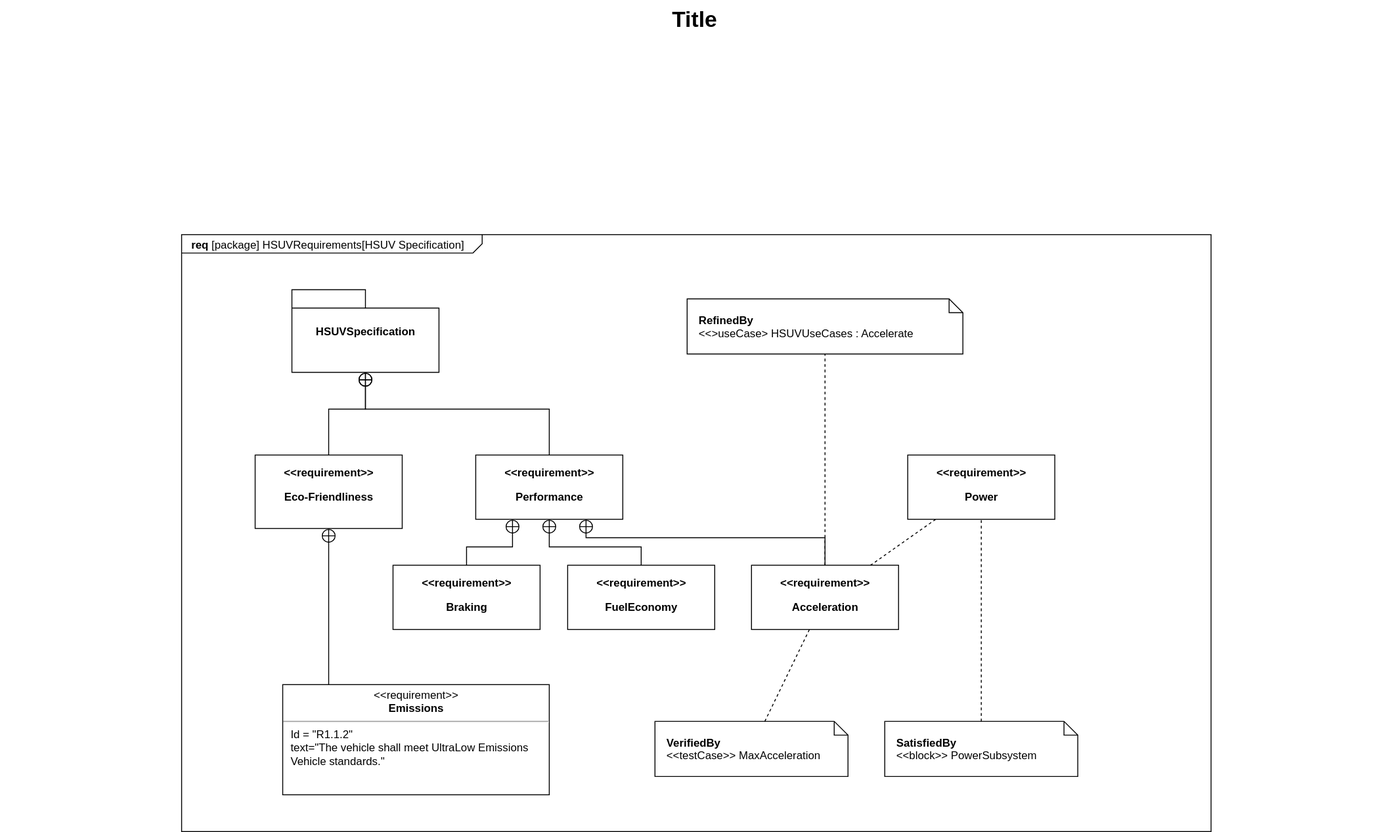
Above: images/RotatingMachine.svg in ajpina/uffema (draw.io), before the change. Source tidied: cells renumbered, new cells last; positions are measured from the earlier drawing's top-left corner, leaving out a move shared by most shapes. Source of this version:
```xml
<mxGraphModel>
  <root>
    <mxCell id="0" style="html=1;" />
    <mxCell id="1" style="html=1;" parent="0" />
    <mxCell id="2" value="&lt;p style=&quot;margin: 0px ; margin-top: 4px ; margin-left: 10px ; text-align: left&quot;&gt;&lt;b&gt;req&lt;/b&gt;&amp;nbsp;[package] HSUVRequirements[HSUV Specification]&lt;/p&gt;" style="html=1;strokeWidth=1;shape=mxgraph.sysml.package;html=1;overflow=fill;whiteSpace=wrap;fillColor=none;gradientColor=none;fontSize=12;align=center;labelX=327.64;" parent="1" vertex="1">
      <mxGeometry x="197" y="255" width="1120" height="650" as="geometry" />
    </mxCell>
    <mxCell id="3" value="HSUVSpecification" style="shape=folder;tabWidth=80;tabHeight=20;tabPosition=left;strokeWidth=1;html=1;whiteSpace=wrap;align=center;fillColor=#ffffff;fontSize=12;strokeColor=#000000;fontStyle=1;" parent="1" vertex="1">
      <mxGeometry x="317" y="315" width="160" height="90" as="geometry" />
    </mxCell>
    <mxCell id="4" value="&lt;b&gt;RefinedBy&lt;/b&gt;&lt;div&gt;&amp;lt;&amp;lt;&amp;gt;useCase&amp;gt; HSUVUseCases : Accelerate&lt;/div&gt;" style="shape=note;size=15;align=left;spacingLeft=10;html=1;whiteSpace=wrap;strokeColor=#000000;strokeWidth=1;fillColor=#ffffff;fontSize=12;" parent="1" vertex="1">
      <mxGeometry x="747" y="325" width="300" height="60" as="geometry" />
    </mxCell>
    <mxCell id="5" style="edgeStyle=orthogonalEdgeStyle;rounded=0;html=1;jettySize=auto;endArrow=circlePlus;endFill=0;" parent="1" edge="1" source="6" target="3">
      <mxGeometry relative="1" as="geometry">
        <Array as="points">
          <mxPoint x="357" y="445" />
          <mxPoint x="397" y="445" />
        </Array>
      </mxGeometry>
    </mxCell>
    <mxCell id="6" value="&lt;p&gt;&amp;lt;&amp;lt;requirement&amp;gt;&amp;gt;&lt;/p&gt;&lt;p&gt;Eco-Friendliness&lt;/p&gt;" style="shape=rect;html=1;overflow=fill;whiteSpace=wrap;align=center;fontStyle=1;" parent="1" vertex="1">
      <mxGeometry x="277" y="495" width="160" height="80" as="geometry" />
    </mxCell>
    <mxCell id="7" style="edgeStyle=orthogonalEdgeStyle;rounded=0;html=1;endArrow=circlePlus;endFill=0;jettySize=auto;" parent="1" edge="1" source="8" target="3">
      <mxGeometry relative="1" as="geometry">
        <Array as="points">
          <mxPoint x="597" y="445" />
          <mxPoint x="397" y="445" />
        </Array>
      </mxGeometry>
    </mxCell>
    <mxCell id="8" value="&lt;p&gt;&amp;lt;&amp;lt;requirement&amp;gt;&amp;gt;&lt;/p&gt;&lt;p&gt;Performance&lt;/p&gt;" style="shape=rect;html=1;overflow=fill;whiteSpace=wrap;align=center;fontStyle=1;" parent="1" vertex="1">
      <mxGeometry x="517" y="495" width="160" height="70" as="geometry" />
    </mxCell>
    <mxCell id="9" style="edgeStyle=none;rounded=0;html=1;dashed=1;endArrow=none;endFill=0;jettySize=auto;" parent="1" edge="1" source="10" target="17">
      <mxGeometry relative="1" as="geometry" />
    </mxCell>
    <mxCell id="10" value="&lt;p&gt;&amp;lt;&amp;lt;requirement&amp;gt;&amp;gt;&lt;/p&gt;&lt;p&gt;Power&lt;/p&gt;" style="shape=rect;html=1;overflow=fill;whiteSpace=wrap;align=center;fontStyle=1;" parent="1" vertex="1">
      <mxGeometry x="987" y="495" width="160" height="70" as="geometry" />
    </mxCell>
    <mxCell id="11" style="edgeStyle=orthogonalEdgeStyle;rounded=0;html=1;endArrow=circlePlus;endFill=0;jettySize=auto;entryX=0.25;entryY=1;" parent="1" edge="1" source="12" target="8">
      <mxGeometry relative="1" as="geometry">
        <Array as="points">
          <mxPoint x="507" y="595" />
          <mxPoint x="557" y="595" />
        </Array>
      </mxGeometry>
    </mxCell>
    <mxCell id="12" value="&lt;p&gt;&amp;lt;&amp;lt;requirement&amp;gt;&amp;gt;&lt;/p&gt;&lt;p&gt;Braking&lt;/p&gt;" style="shape=rect;html=1;overflow=fill;whiteSpace=wrap;align=center;fontStyle=1;" parent="1" vertex="1">
      <mxGeometry x="427" y="615" width="160" height="70" as="geometry" />
    </mxCell>
    <mxCell id="13" style="edgeStyle=orthogonalEdgeStyle;rounded=0;html=1;endArrow=circlePlus;endFill=0;jettySize=auto;entryX=0.5;entryY=1;" parent="1" edge="1" source="14" target="8">
      <mxGeometry relative="1" as="geometry">
        <Array as="points">
          <mxPoint x="697" y="595" />
          <mxPoint x="597" y="595" />
        </Array>
      </mxGeometry>
    </mxCell>
    <mxCell id="14" value="&lt;p&gt;&amp;lt;&amp;lt;requirement&amp;gt;&amp;gt;&lt;/p&gt;&lt;p&gt;FuelEconomy&lt;/p&gt;" style="shape=rect;html=1;overflow=fill;whiteSpace=wrap;align=center;fontStyle=1;" parent="1" vertex="1">
      <mxGeometry x="617" y="615" width="160" height="70" as="geometry" />
    </mxCell>
    <mxCell id="15" style="edgeStyle=orthogonalEdgeStyle;rounded=0;html=1;endArrow=circlePlus;endFill=0;jettySize=auto;entryX=0.75;entryY=1;" parent="1" edge="1" source="17" target="8">
      <mxGeometry relative="1" as="geometry">
        <Array as="points">
          <mxPoint x="897" y="585" />
          <mxPoint x="637" y="585" />
        </Array>
      </mxGeometry>
    </mxCell>
    <mxCell id="16" style="edgeStyle=none;rounded=0;html=1;dashed=1;endArrow=none;endFill=0;jettySize=auto;" parent="1" edge="1" source="17" target="4">
      <mxGeometry relative="1" as="geometry" />
    </mxCell>
    <mxCell id="17" value="&lt;p&gt;&amp;lt;&amp;lt;requirement&amp;gt;&amp;gt;&lt;/p&gt;&lt;p&gt;Acceleration&lt;/p&gt;" style="shape=rect;html=1;overflow=fill;whiteSpace=wrap;align=center;fontStyle=1;" parent="1" vertex="1">
      <mxGeometry x="817" y="615" width="160" height="70" as="geometry" />
    </mxCell>
    <mxCell id="18" style="edgeStyle=orthogonalEdgeStyle;rounded=0;html=1;endArrow=circlePlus;endFill=0;jettySize=auto;" parent="1" edge="1" source="19" target="6">
      <mxGeometry relative="1" as="geometry">
        <Array as="points">
          <mxPoint x="357" y="715" />
          <mxPoint x="357" y="715" />
        </Array>
      </mxGeometry>
    </mxCell>
    <mxCell id="19" value="&lt;p style=&quot;margin: 0px ; margin-top: 4px ; text-align: center&quot;&gt;&amp;lt;&amp;lt;requirement&amp;gt;&amp;gt;&lt;br&gt;&lt;b&gt;Emissions&lt;/b&gt;&lt;/p&gt;&lt;hr&gt;&lt;p style=&quot;margin: 0px ; margin-left: 8px ; text-align: left&quot;&gt;Id = &quot;R1.1.2&quot;&lt;/p&gt;&lt;p style=&quot;margin: 0px ; margin-left: 8px ; text-align: left&quot;&gt;text=&quot;The vehicle shall meet UltraLow Emissions Vehicle standards.&quot;&lt;/p&gt;" style="shape=rect;html=1;overflow=fill;whiteSpace=wrap;" parent="1" vertex="1">
      <mxGeometry x="307" y="745" width="290" height="120" as="geometry" />
    </mxCell>
    <mxCell id="20" style="rounded=0;html=1;endArrow=none;endFill=0;jettySize=auto;dashed=1;" parent="1" edge="1" source="21" target="17">
      <mxGeometry relative="1" as="geometry" />
    </mxCell>
    <mxCell id="21" value="&lt;b&gt;VerifiedBy&lt;/b&gt;&lt;div&gt;&amp;lt;&amp;lt;testCase&amp;gt;&amp;gt; MaxAcceleration&lt;/div&gt;" style="shape=note;size=15;align=left;spacingLeft=10;html=1;whiteSpace=wrap;strokeColor=#000000;strokeWidth=1;fillColor=#ffffff;fontSize=12;" parent="1" vertex="1">
      <mxGeometry x="712" y="785" width="210" height="60" as="geometry" />
    </mxCell>
    <mxCell id="22" style="edgeStyle=none;rounded=0;html=1;dashed=1;endArrow=none;endFill=0;jettySize=auto;" parent="1" edge="1" source="23" target="10">
      <mxGeometry relative="1" as="geometry" />
    </mxCell>
    <mxCell id="23" value="&lt;b&gt;SatisfiedBy&lt;/b&gt;&lt;div&gt;&amp;lt;&amp;lt;block&amp;gt;&amp;gt; PowerSubsystem&lt;/div&gt;" style="shape=note;size=15;align=left;spacingLeft=10;html=1;whiteSpace=wrap;strokeColor=#000000;strokeWidth=1;fillColor=#ffffff;fontSize=12;" parent="1" vertex="1">
      <mxGeometry x="962" y="785" width="210" height="60" as="geometry" />
    </mxCell>
    <mxCell id="24" value="Title" style="text;strokeColor=none;fillColor=none;html=1;fontSize=24;fontStyle=1;verticalAlign=middle;align=center;" parent="1" vertex="1">
      <mxGeometry width="1510" height="40" as="geometry" />
    </mxCell>
  </root>
</mxGraphModel>
```
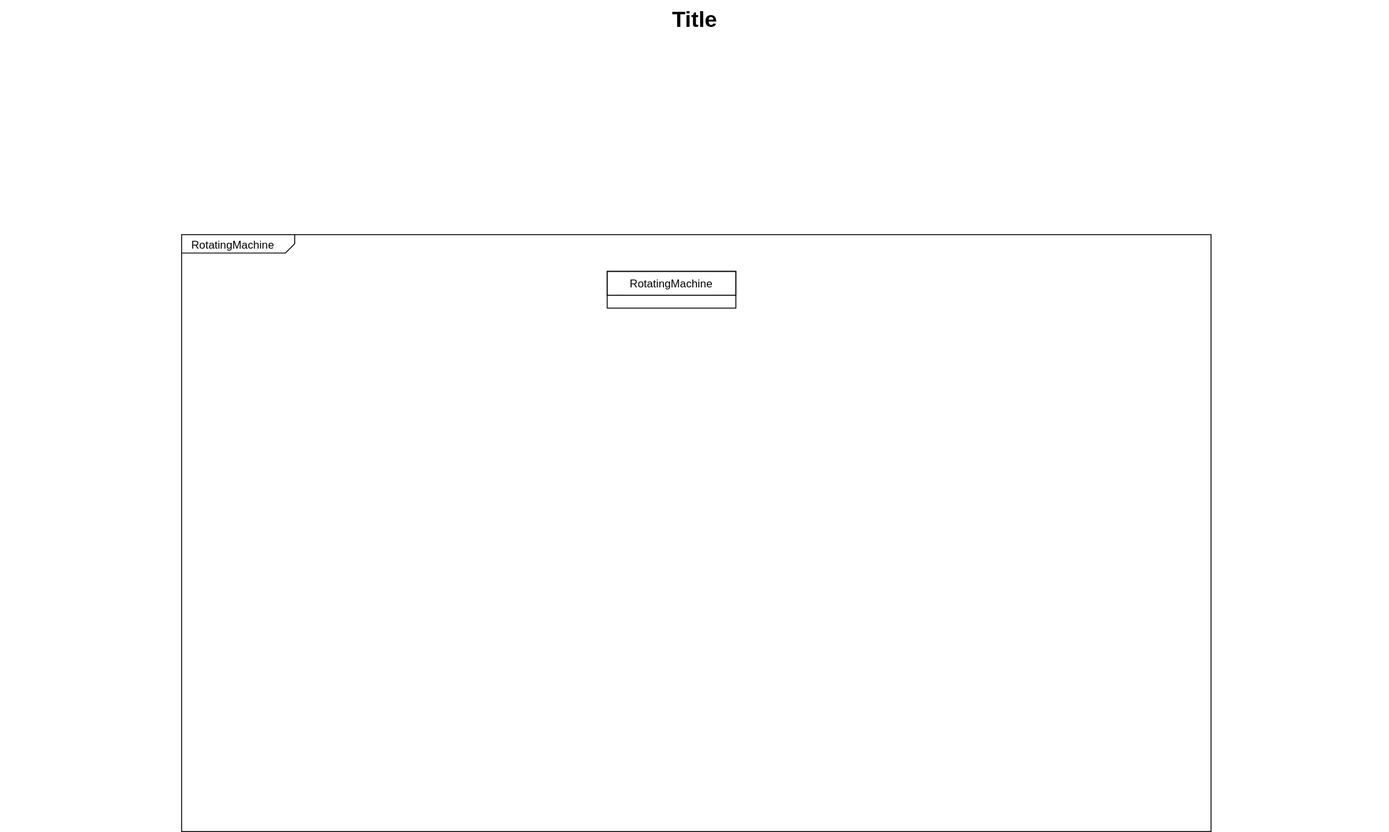
After the commit.

Diff of the diagram source:
```diff
@@ -2,104 +2,14 @@
   <root>
     <mxCell id="0" style="html=1;" />
     <mxCell id="1" style="html=1;" parent="0" />
-    <mxCell id="2" value="&lt;p style=&quot;margin: 0px ; margin-top: 4px ; margin-left: 10px ; text-align: left&quot;&gt;&lt;b&gt;req&lt;/b&gt;&amp;nbsp;[package] HSUVRequirements[HSUV Specification]&lt;/p&gt;" style="html=1;strokeWidth=1;shape=mxgraph.sysml.package;html=1;overflow=fill;whiteSpace=wrap;fillColor=none;gradientColor=none;fontSize=12;align=center;labelX=327.64;" parent="1" vertex="1">
+    <mxCell id="2" value="&lt;p style=&quot;margin: 0px ; margin-top: 4px ; margin-left: 10px ; text-align: left&quot;&gt;RotatingMachine&lt;/p&gt;" style="html=1;strokeWidth=1;shape=mxgraph.sysml.package;html=1;overflow=fill;whiteSpace=wrap;fillColor=none;gradientColor=none;fontSize=12;align=center;labelX=123;" parent="1" vertex="1">
       <mxGeometry x="197" y="255" width="1120" height="650" as="geometry" />
     </mxCell>
-    <mxCell id="3" value="HSUVSpecification" style="shape=folder;tabWidth=80;tabHeight=20;tabPosition=left;strokeWidth=1;html=1;whiteSpace=wrap;align=center;fillColor=#ffffff;fontSize=12;strokeColor=#000000;fontStyle=1;" parent="1" vertex="1">
-      <mxGeometry x="317" y="315" width="160" height="90" as="geometry" />
-    </mxCell>
-    <mxCell id="4" value="&lt;b&gt;RefinedBy&lt;/b&gt;&lt;div&gt;&amp;lt;&amp;lt;&amp;gt;useCase&amp;gt; HSUVUseCases : Accelerate&lt;/div&gt;" style="shape=note;size=15;align=left;spacingLeft=10;html=1;whiteSpace=wrap;strokeColor=#000000;strokeWidth=1;fillColor=#ffffff;fontSize=12;" parent="1" vertex="1">
-      <mxGeometry x="747" y="325" width="300" height="60" as="geometry" />
-    </mxCell>
-    <mxCell id="5" style="edgeStyle=orthogonalEdgeStyle;rounded=0;html=1;jettySize=auto;endArrow=circlePlus;endFill=0;" parent="1" edge="1" source="6" target="3">
-      <mxGeometry relative="1" as="geometry">
-        <Array as="points">
-          <mxPoint x="357" y="445" />
-          <mxPoint x="397" y="445" />
-        </Array>
-      </mxGeometry>
-    </mxCell>
-    <mxCell id="6" value="&lt;p&gt;&amp;lt;&amp;lt;requirement&amp;gt;&amp;gt;&lt;/p&gt;&lt;p&gt;Eco-Friendliness&lt;/p&gt;" style="shape=rect;html=1;overflow=fill;whiteSpace=wrap;align=center;fontStyle=1;" parent="1" vertex="1">
-      <mxGeometry x="277" y="495" width="160" height="80" as="geometry" />
-    </mxCell>
-    <mxCell id="7" style="edgeStyle=orthogonalEdgeStyle;rounded=0;html=1;endArrow=circlePlus;endFill=0;jettySize=auto;" parent="1" edge="1" source="8" target="3">
-      <mxGeometry relative="1" as="geometry">
-        <Array as="points">
-          <mxPoint x="597" y="445" />
-          <mxPoint x="397" y="445" />
-        </Array>
-      </mxGeometry>
-    </mxCell>
-    <mxCell id="8" value="&lt;p&gt;&amp;lt;&amp;lt;requirement&amp;gt;&amp;gt;&lt;/p&gt;&lt;p&gt;Performance&lt;/p&gt;" style="shape=rect;html=1;overflow=fill;whiteSpace=wrap;align=center;fontStyle=1;" parent="1" vertex="1">
-      <mxGeometry x="517" y="495" width="160" height="70" as="geometry" />
-    </mxCell>
-    <mxCell id="9" style="edgeStyle=none;rounded=0;html=1;dashed=1;endArrow=none;endFill=0;jettySize=auto;" parent="1" edge="1" source="10" target="17">
-      <mxGeometry relative="1" as="geometry" />
-    </mxCell>
-    <mxCell id="10" value="&lt;p&gt;&amp;lt;&amp;lt;requirement&amp;gt;&amp;gt;&lt;/p&gt;&lt;p&gt;Power&lt;/p&gt;" style="shape=rect;html=1;overflow=fill;whiteSpace=wrap;align=center;fontStyle=1;" parent="1" vertex="1">
-      <mxGeometry x="987" y="495" width="160" height="70" as="geometry" />
-    </mxCell>
-    <mxCell id="11" style="edgeStyle=orthogonalEdgeStyle;rounded=0;html=1;endArrow=circlePlus;endFill=0;jettySize=auto;entryX=0.25;entryY=1;" parent="1" edge="1" source="12" target="8">
-      <mxGeometry relative="1" as="geometry">
-        <Array as="points">
-          <mxPoint x="507" y="595" />
-          <mxPoint x="557" y="595" />
-        </Array>
-      </mxGeometry>
-    </mxCell>
-    <mxCell id="12" value="&lt;p&gt;&amp;lt;&amp;lt;requirement&amp;gt;&amp;gt;&lt;/p&gt;&lt;p&gt;Braking&lt;/p&gt;" style="shape=rect;html=1;overflow=fill;whiteSpace=wrap;align=center;fontStyle=1;" parent="1" vertex="1">
-      <mxGeometry x="427" y="615" width="160" height="70" as="geometry" />
-    </mxCell>
-    <mxCell id="13" style="edgeStyle=orthogonalEdgeStyle;rounded=0;html=1;endArrow=circlePlus;endFill=0;jettySize=auto;entryX=0.5;entryY=1;" parent="1" edge="1" source="14" target="8">
-      <mxGeometry relative="1" as="geometry">
-        <Array as="points">
-          <mxPoint x="697" y="595" />
-          <mxPoint x="597" y="595" />
-        </Array>
-      </mxGeometry>
-    </mxCell>
-    <mxCell id="14" value="&lt;p&gt;&amp;lt;&amp;lt;requirement&amp;gt;&amp;gt;&lt;/p&gt;&lt;p&gt;FuelEconomy&lt;/p&gt;" style="shape=rect;html=1;overflow=fill;whiteSpace=wrap;align=center;fontStyle=1;" parent="1" vertex="1">
-      <mxGeometry x="617" y="615" width="160" height="70" as="geometry" />
-    </mxCell>
-    <mxCell id="15" style="edgeStyle=orthogonalEdgeStyle;rounded=0;html=1;endArrow=circlePlus;endFill=0;jettySize=auto;entryX=0.75;entryY=1;" parent="1" edge="1" source="17" target="8">
-      <mxGeometry relative="1" as="geometry">
-        <Array as="points">
-          <mxPoint x="897" y="585" />
-          <mxPoint x="637" y="585" />
-        </Array>
-      </mxGeometry>
-    </mxCell>
-    <mxCell id="16" style="edgeStyle=none;rounded=0;html=1;dashed=1;endArrow=none;endFill=0;jettySize=auto;" parent="1" edge="1" source="17" target="4">
-      <mxGeometry relative="1" as="geometry" />
-    </mxCell>
-    <mxCell id="17" value="&lt;p&gt;&amp;lt;&amp;lt;requirement&amp;gt;&amp;gt;&lt;/p&gt;&lt;p&gt;Acceleration&lt;/p&gt;" style="shape=rect;html=1;overflow=fill;whiteSpace=wrap;align=center;fontStyle=1;" parent="1" vertex="1">
-      <mxGeometry x="817" y="615" width="160" height="70" as="geometry" />
-    </mxCell>
-    <mxCell id="18" style="edgeStyle=orthogonalEdgeStyle;rounded=0;html=1;endArrow=circlePlus;endFill=0;jettySize=auto;" parent="1" edge="1" source="19" target="6">
-      <mxGeometry relative="1" as="geometry">
-        <Array as="points">
-          <mxPoint x="357" y="715" />
-          <mxPoint x="357" y="715" />
-        </Array>
-      </mxGeometry>
-    </mxCell>
-    <mxCell id="19" value="&lt;p style=&quot;margin: 0px ; margin-top: 4px ; text-align: center&quot;&gt;&amp;lt;&amp;lt;requirement&amp;gt;&amp;gt;&lt;br&gt;&lt;b&gt;Emissions&lt;/b&gt;&lt;/p&gt;&lt;hr&gt;&lt;p style=&quot;margin: 0px ; margin-left: 8px ; text-align: left&quot;&gt;Id = &quot;R1.1.2&quot;&lt;/p&gt;&lt;p style=&quot;margin: 0px ; margin-left: 8px ; text-align: left&quot;&gt;text=&quot;The vehicle shall meet UltraLow Emissions Vehicle standards.&quot;&lt;/p&gt;" style="shape=rect;html=1;overflow=fill;whiteSpace=wrap;" parent="1" vertex="1">
-      <mxGeometry x="307" y="745" width="290" height="120" as="geometry" />
-    </mxCell>
-    <mxCell id="20" style="rounded=0;html=1;endArrow=none;endFill=0;jettySize=auto;dashed=1;" parent="1" edge="1" source="21" target="17">
-      <mxGeometry relative="1" as="geometry" />
-    </mxCell>
-    <mxCell id="21" value="&lt;b&gt;VerifiedBy&lt;/b&gt;&lt;div&gt;&amp;lt;&amp;lt;testCase&amp;gt;&amp;gt; MaxAcceleration&lt;/div&gt;" style="shape=note;size=15;align=left;spacingLeft=10;html=1;whiteSpace=wrap;strokeColor=#000000;strokeWidth=1;fillColor=#ffffff;fontSize=12;" parent="1" vertex="1">
-      <mxGeometry x="712" y="785" width="210" height="60" as="geometry" />
-    </mxCell>
-    <mxCell id="22" style="edgeStyle=none;rounded=0;html=1;dashed=1;endArrow=none;endFill=0;jettySize=auto;" parent="1" edge="1" source="23" target="10">
-      <mxGeometry relative="1" as="geometry" />
-    </mxCell>
-    <mxCell id="23" value="&lt;b&gt;SatisfiedBy&lt;/b&gt;&lt;div&gt;&amp;lt;&amp;lt;block&amp;gt;&amp;gt; PowerSubsystem&lt;/div&gt;" style="shape=note;size=15;align=left;spacingLeft=10;html=1;whiteSpace=wrap;strokeColor=#000000;strokeWidth=1;fillColor=#ffffff;fontSize=12;" parent="1" vertex="1">
-      <mxGeometry x="962" y="785" width="210" height="60" as="geometry" />
-    </mxCell>
     <mxCell id="24" value="Title" style="text;strokeColor=none;fillColor=none;html=1;fontSize=24;fontStyle=1;verticalAlign=middle;align=center;" parent="1" vertex="1">
       <mxGeometry width="1510" height="40" as="geometry" />
     </mxCell>
+    <mxCell id="25" value="RotatingMachine" style="swimlane;fontStyle=0;horizontal=1;startSize=26;fillColor=none;swimlaneFillColor=#ffffff;" parent="1" vertex="1">
+      <mxGeometry x="660" y="295" width="140" height="40" as="geometry" />
+    </mxCell>
   </root>
 </mxGraphModel>
```
